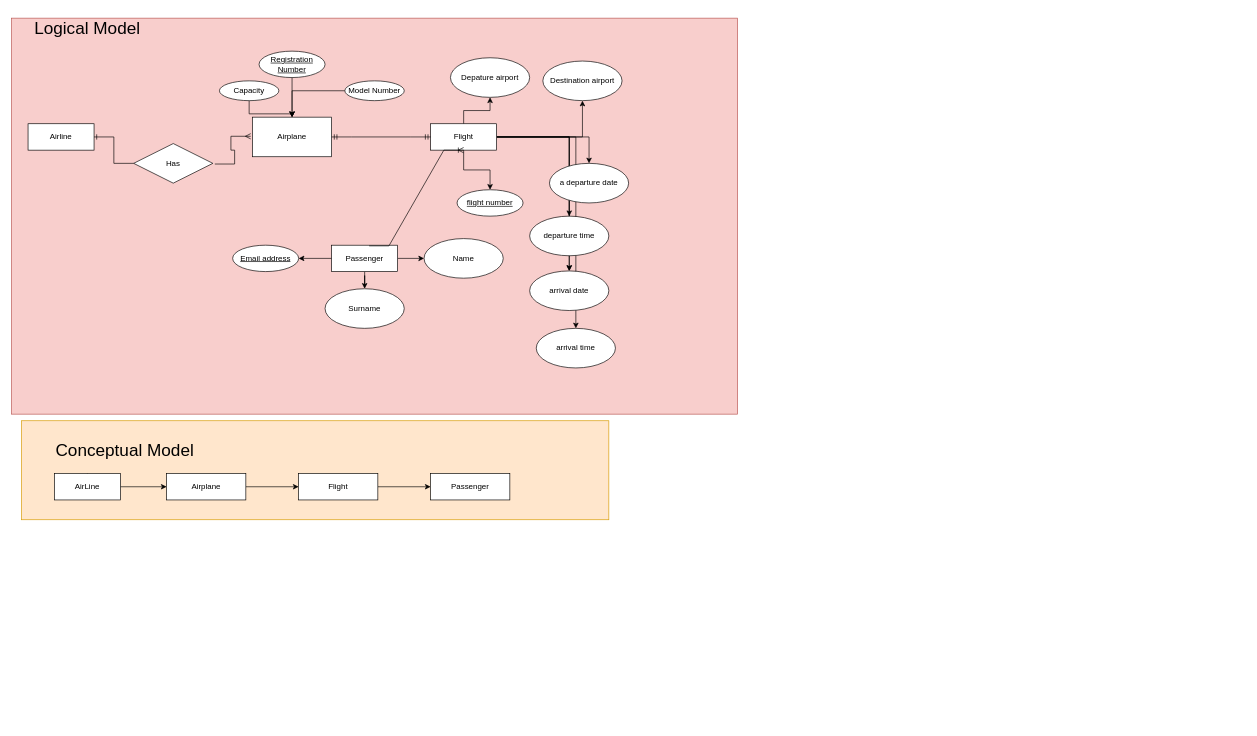
Earlier version of the draw.io diagram Untitled Diagram.drawio (ahsansiddiqui2/ER_Diagram). Source tidied: cells renumbered, new cells numbered last; positions are measured from the earlier drawing's top-left corner, leaving out a move shared by most shapes. Both pictures are drawn from the tidied source at 66%, with x=0, y=0 at pixel (11, 18).
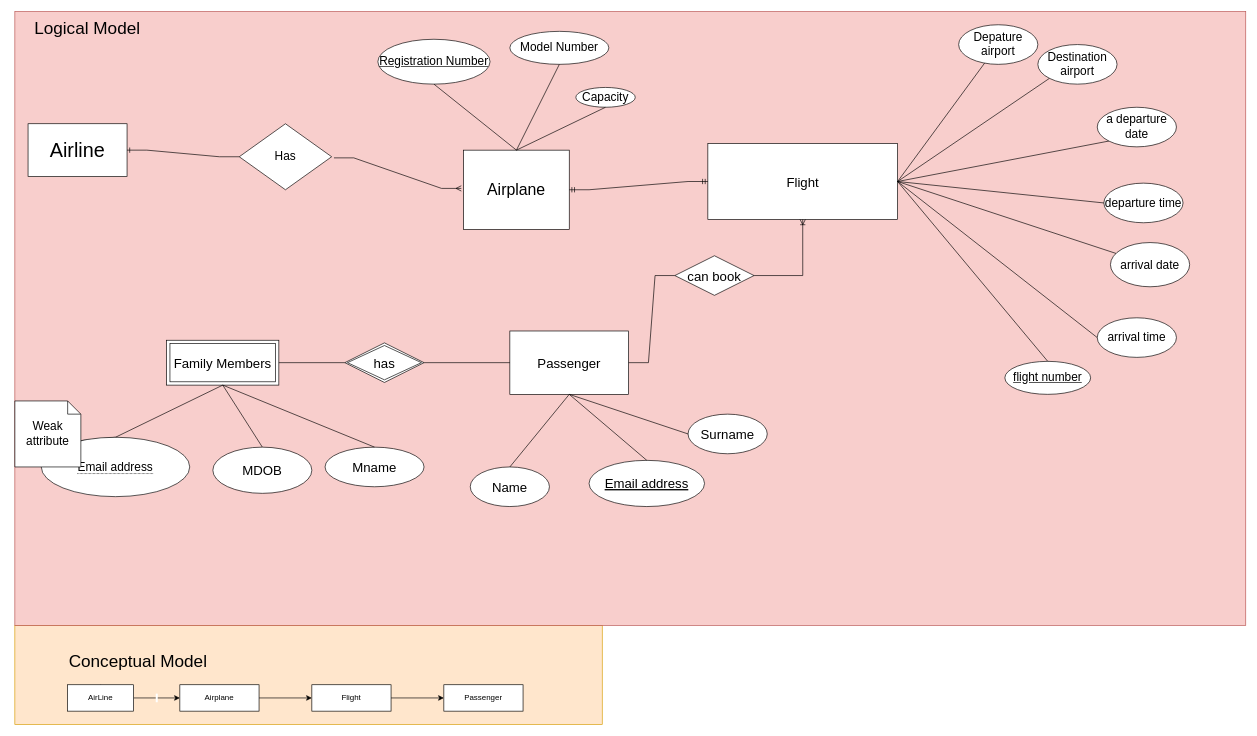
The same diagram, later.

The edit, as a diff of the source:
```diff
@@
     <mxCell id="2" style="rounded=0;whiteSpace=wrap;html=1;fontSize=26;fillColor=#ffe6cc;strokeColor=#d79b00;" parent="1" vertex="1">
-      <mxGeometry x="15" y="610" width="890" height="150" as="geometry" />
+      <mxGeometry x="5" y="920" width="890" height="150" as="geometry" />
     </mxCell>
     <mxCell id="3" style="rounded=0;whiteSpace=wrap;html=1;fontSize=26;fillColor=#f8cecc;strokeColor=#b85450;" parent="1" vertex="1">
-      <mxGeometry width="1100" height="600" as="geometry" />
+      <mxGeometry x="5" y="-10" width="1865" height="930" as="geometry" />
     </mxCell>
-    <mxCell id="4" value="Airline" style="whiteSpace=wrap;html=1;align=center;" parent="1" vertex="1">
-      <mxGeometry x="25" y="160" width="100" height="40" as="geometry" />
+    <mxCell id="4" value="&lt;font style=&quot;font-size: 30px;&quot;&gt;Airline&lt;/font&gt;" style="whiteSpace=wrap;html=1;align=center;" parent="1" vertex="1">
+      <mxGeometry x="25" y="160" width="150" height="80" as="geometry" />
     </mxCell>
-    <mxCell id="5" value="Airplane" style="whiteSpace=wrap;html=1;" parent="1" vertex="1">
-      <mxGeometry x="365" y="150" width="120" height="60" as="geometry" />
+    <mxCell id="5" value="&lt;font style=&quot;font-size: 24px;&quot;&gt;Airplane&lt;/font&gt;" style="whiteSpace=wrap;html=1;" parent="1" vertex="1">
+      <mxGeometry x="685" y="200" width="160" height="120" as="geometry" />
     </mxCell>
-    <mxCell id="6" value="Has" style="shape=rhombus;perimeter=rhombusPerimeter;whiteSpace=wrap;html=1;align=center;" parent="1" vertex="1">
-      <mxGeometry x="185" y="190" width="120" height="60" as="geometry" />
+    <mxCell id="6" value="&lt;font style=&quot;font-size: 18px;&quot;&gt;Has&lt;/font&gt;" style="shape=rhombus;perimeter=rhombusPerimeter;whiteSpace=wrap;html=1;align=center;strokeWidth=1;" parent="1" vertex="1">
+      <mxGeometry x="345" y="160" width="140" height="100" as="geometry" />
     </mxCell>
@@
-    <mxCell id="9" style="edgeStyle=orthogonalEdgeStyle;rounded=0;jettySize=auto;html=1;" parent="1" edge="1" source="10" target="5">
-      <mxGeometry relative="1" as="geometry" />
-    </mxCell>
-    <mxCell id="10" value="Model Number" style="ellipse;whiteSpace=wrap;html=1;align=center;" parent="1" vertex="1">
-      <mxGeometry x="505" y="95" width="90" height="30" as="geometry" />
+    <mxCell id="10" value="Model Number" style="ellipse;whiteSpace=wrap;html=1;align=center;fontSize=18;" parent="1" vertex="1">
+      <mxGeometry x="755" y="20" width="150" height="50" as="geometry" />
     </mxCell>
-    <mxCell id="11" style="edgeStyle=orthogonalEdgeStyle;rounded=0;jettySize=auto;html=1;" parent="1" edge="1" source="12" target="5">
-      <mxGeometry relative="1" as="geometry" />
-    </mxCell>
-    <mxCell id="12" value="Capacity" style="ellipse;whiteSpace=wrap;html=1;align=center;" parent="1" vertex="1">
-      <mxGeometry x="315" y="95" width="90" height="30" as="geometry" />
+    <mxCell id="12" value="Capacity" style="ellipse;whiteSpace=wrap;html=1;align=center;fontSize=18;" parent="1" vertex="1">
+      <mxGeometry x="855" y="105" width="90" height="30" as="geometry" />
     </mxCell>
-    <mxCell id="13" style="edgeStyle=orthogonalEdgeStyle;rounded=0;jettySize=auto;html=1;" parent="1" edge="1" source="14" target="5">
-      <mxGeometry relative="1" as="geometry" />
-    </mxCell>
-    <mxCell id="14" value="Registration Number" style="ellipse;whiteSpace=wrap;html=1;align=center;fontStyle=4;" parent="1" vertex="1">
-      <mxGeometry x="375" y="50" width="100" height="40" as="geometry" />
+    <mxCell id="14" value="Registration Number" style="ellipse;whiteSpace=wrap;html=1;align=center;fontStyle=4;fontSize=18;" parent="1" vertex="1">
+      <mxGeometry x="555" y="32" width="170" height="68" as="geometry" />
     </mxCell>
-    <mxCell id="15" style="edgeStyle=orthogonalEdgeStyle;rounded=0;jettySize=auto;html=1;" parent="1" edge="1" source="18" target="19">
-      <mxGeometry relative="1" as="geometry" />
-    </mxCell>
-    <mxCell id="16" style="edgeStyle=orthogonalEdgeStyle;rounded=0;jettySize=auto;html=1;" parent="1" edge="1" source="18" target="20">
-      <mxGeometry relative="1" as="geometry" />
-    </mxCell>
-    <mxCell id="17" style="edgeStyle=orthogonalEdgeStyle;rounded=0;jettySize=auto;html=1;" parent="1" edge="1" source="18" target="21">
-      <mxGeometry relative="1" as="geometry" />
-    </mxCell>
-    <mxCell id="18" value="&lt;div&gt;Passenger&lt;/div&gt;" style="whiteSpace=wrap;html=1;align=center;" parent="1" vertex="1">
-      <mxGeometry x="485" y="344" width="100" height="40" as="geometry" />
+    <mxCell id="18" value="&lt;div style=&quot;font-size: 20px;&quot;&gt;&lt;font style=&quot;font-size: 20px;&quot;&gt;Passenger&lt;/font&gt;&lt;/div&gt;" style="whiteSpace=wrap;html=1;align=center;" parent="1" vertex="1">
+      <mxGeometry x="755" y="474" width="180" height="96" as="geometry" />
     </mxCell>
-    <mxCell id="19" value="Name" style="ellipse;whiteSpace=wrap;html=1;" parent="1" vertex="1">
-      <mxGeometry x="625" y="334" width="120" height="60" as="geometry" />
+    <mxCell id="19" value="Name" style="ellipse;whiteSpace=wrap;html=1;fontSize=20;" parent="1" vertex="1">
+      <mxGeometry x="695" y="680" width="120" height="60" as="geometry" />
     </mxCell>
-    <mxCell id="20" value="Surname" style="ellipse;whiteSpace=wrap;html=1;" parent="1" vertex="1">
-      <mxGeometry x="475" y="410" width="120" height="60" as="geometry" />
+    <mxCell id="20" value="Surname" style="ellipse;whiteSpace=wrap;html=1;fontSize=20;" parent="1" vertex="1">
+      <mxGeometry x="1025" y="600" width="120" height="60" as="geometry" />
     </mxCell>
-    <mxCell id="21" value="Email address" style="ellipse;whiteSpace=wrap;html=1;align=center;fontStyle=4;" parent="1" vertex="1">
-      <mxGeometry x="335" y="344" width="100" height="40" as="geometry" />
+    <mxCell id="21" value="Email address" style="ellipse;whiteSpace=wrap;html=1;align=center;fontStyle=4;fontSize=20;" parent="1" vertex="1">
+      <mxGeometry x="875" y="670" width="175" height="70" as="geometry" />
     </mxCell>
-    <mxCell id="22" style="edgeStyle=orthogonalEdgeStyle;rounded=0;jettySize=auto;html=1;" parent="1" edge="1" source="30" target="31">
-      <mxGeometry relative="1" as="geometry" />
-    </mxCell>
-    <mxCell id="23" style="edgeStyle=orthogonalEdgeStyle;rounded=0;jettySize=auto;html=1;" parent="1" edge="1" source="30" target="32">
-      <mxGeometry relative="1" as="geometry" />
-    </mxCell>
-    <mxCell id="24" style="edgeStyle=orthogonalEdgeStyle;rounded=0;jettySize=auto;html=1;" parent="1" edge="1" source="30" target="33">
-      <mxGeometry relative="1" as="geometry" />
-    </mxCell>
-    <mxCell id="25" style="edgeStyle=orthogonalEdgeStyle;rounded=0;jettySize=auto;html=1;" parent="1" edge="1" source="30" target="34">
-      <mxGeometry relative="1" as="geometry" />
-    </mxCell>
-    <mxCell id="26" style="edgeStyle=orthogonalEdgeStyle;rounded=0;jettySize=auto;html=1;" parent="1" edge="1" source="30" target="35">
-      <mxGeometry relative="1" as="geometry" />
-    </mxCell>
-    <mxCell id="27" style="edgeStyle=orthogonalEdgeStyle;rounded=0;jettySize=auto;html=1;" parent="1" edge="1" source="30" target="35">
-      <mxGeometry relative="1" as="geometry" />
-    </mxCell>
-    <mxCell id="28" style="edgeStyle=orthogonalEdgeStyle;rounded=0;jettySize=auto;html=1;" parent="1" edge="1" source="30" target="36">
-      <mxGeometry relative="1" as="geometry" />
-    </mxCell>
-    <mxCell id="29" style="edgeStyle=orthogonalEdgeStyle;rounded=0;jettySize=auto;html=1;" parent="1" edge="1" source="30" target="37">
-      <mxGeometry relative="1" as="geometry" />
-    </mxCell>
-    <mxCell id="30" value="Flight" style="whiteSpace=wrap;html=1;align=center;" parent="1" vertex="1">
-      <mxGeometry x="635" y="160" width="100" height="40" as="geometry" />
+    <mxCell id="30" value="&lt;font style=&quot;font-size: 20px;&quot;&gt;Flight&lt;/font&gt;" style="whiteSpace=wrap;html=1;align=center;" parent="1" vertex="1">
+      <mxGeometry x="1055" y="190" width="287.5" height="115" as="geometry" />
     </mxCell>
-    <mxCell id="31" value="Depature airport" style="ellipse;whiteSpace=wrap;html=1;" parent="1" vertex="1">
-      <mxGeometry x="665" y="60" width="120" height="60" as="geometry" />
+    <mxCell id="31" value="Depature airport" style="ellipse;whiteSpace=wrap;html=1;fontSize=18;" parent="1" vertex="1">
+      <mxGeometry x="1435" y="10" width="120" height="60" as="geometry" />
     </mxCell>
-    <mxCell id="32" value="&lt;div&gt;Destination airport&lt;/div&gt;" style="ellipse;whiteSpace=wrap;html=1;" parent="1" vertex="1">
-      <mxGeometry x="805" y="65" width="120" height="60" as="geometry" />
+    <mxCell id="32" value="&lt;div style=&quot;font-size: 18px;&quot;&gt;Destination airport&lt;/div&gt;" style="ellipse;whiteSpace=wrap;html=1;fontSize=18;" parent="1" vertex="1">
+      <mxGeometry x="1555" y="40" width="120" height="60" as="geometry" />
     </mxCell>
-    <mxCell id="33" value="a departure date" style="ellipse;whiteSpace=wrap;html=1;" parent="1" vertex="1">
-      <mxGeometry x="815" y="220" width="120" height="60" as="geometry" />
+    <mxCell id="33" value="a departure date" style="ellipse;whiteSpace=wrap;html=1;fontSize=18;" parent="1" vertex="1">
+      <mxGeometry x="1645" y="135" width="120" height="60" as="geometry" />
     </mxCell>
-    <mxCell id="34" value="departure time" style="ellipse;whiteSpace=wrap;html=1;" parent="1" vertex="1">
-      <mxGeometry x="785" y="300" width="120" height="60" as="geometry" />
+    <mxCell id="34" value="departure time" style="ellipse;whiteSpace=wrap;html=1;fontSize=18;" parent="1" vertex="1">
+      <mxGeometry x="1655" y="250" width="120" height="60" as="geometry" />
     </mxCell>
-    <mxCell id="35" value="arrival date" style="ellipse;whiteSpace=wrap;html=1;" parent="1" vertex="1">
-      <mxGeometry x="785" y="383" width="120" height="60" as="geometry" />
+    <mxCell id="35" value="arrival date" style="ellipse;whiteSpace=wrap;html=1;fontSize=18;" parent="1" vertex="1">
+      <mxGeometry x="1665" y="340" width="120" height="67" as="geometry" />
     </mxCell>
-    <mxCell id="36" value="arrival time" style="ellipse;whiteSpace=wrap;html=1;" parent="1" vertex="1">
-      <mxGeometry x="795" y="470" width="120" height="60" as="geometry" />
+    <mxCell id="36" value="arrival time" style="ellipse;whiteSpace=wrap;html=1;fontSize=18;" parent="1" vertex="1">
+      <mxGeometry x="1645" y="454" width="120" height="60" as="geometry" />
     </mxCell>
-    <mxCell id="37" value="flight number" style="ellipse;whiteSpace=wrap;html=1;align=center;fontStyle=4;" parent="1" vertex="1">
-      <mxGeometry x="675" y="260" width="100" height="40" as="geometry" />
+    <mxCell id="37" value="flight number" style="ellipse;whiteSpace=wrap;html=1;align=center;fontStyle=4;fontSize=18;" parent="1" vertex="1">
+      <mxGeometry x="1505" y="520" width="130" height="50" as="geometry" />
     </mxCell>
@@
-    <mxCell id="39" style="edgeStyle=entityRelationEdgeStyle;fontSize=12;html=1;endArrow=ERoneToMany;rounded=0;exitX=0.568;exitY=0.025;exitDx=0;exitDy=0;exitPerimeter=0;entryX=0.5;entryY=1;entryDx=0;entryDy=0;" parent="1" edge="1" source="18" target="30">
-      <mxGeometry relative="1" as="geometry" />
-    </mxCell>
-    <mxCell id="40" style="edgeStyle=orthogonalEdgeStyle;rounded=0;jettySize=auto;html=1;" parent="1" edge="1" source="42" target="44">
+    <mxCell id="40" value="&amp;nbsp;" style="edgeStyle=orthogonalEdgeStyle;rounded=0;jettySize=auto;html=1;" parent="1" edge="1" source="42" target="44">
       <mxGeometry relative="1" as="geometry" />
     </mxCell>
     <mxCell id="41" style="edgeStyle=orthogonalEdgeStyle;rounded=0;jettySize=auto;html=1;exitX=0.5;exitY=0;exitDx=0;exitDy=0;fontSize=26;" parent="1" edge="1" source="42">
       <mxGeometry relative="1" as="geometry">
-        <mxPoint x="115" y="700" as="targetPoint" />
+        <mxPoint x="135" y="1020" as="targetPoint" />
       </mxGeometry>
     </mxCell>
     <mxCell id="42" value="AirLine" style="whiteSpace=wrap;html=1;align=center;" parent="1" vertex="1">
-      <mxGeometry x="65" y="690" width="100" height="40" as="geometry" />
+      <mxGeometry x="85" y="1010" width="100" height="40" as="geometry" />
     </mxCell>
@@
     <mxCell id="44" value="Airplane" style="whiteSpace=wrap;html=1;" parent="1" vertex="1">
-      <mxGeometry x="235" y="690" width="120" height="40" as="geometry" />
+      <mxGeometry x="255" y="1010" width="120" height="40" as="geometry" />
     </mxCell>
@@
     <mxCell id="46" value="Flight" style="whiteSpace=wrap;html=1;" parent="1" vertex="1">
-      <mxGeometry x="435" y="690" width="120" height="40" as="geometry" />
+      <mxGeometry x="455" y="1010" width="120" height="40" as="geometry" />
     </mxCell>
     <mxCell id="47" value="Passenger" style="whiteSpace=wrap;html=1;" parent="1" vertex="1">
-      <mxGeometry x="635" y="690" width="120" height="40" as="geometry" />
+      <mxGeometry x="655" y="1010" width="120" height="40" as="geometry" />
     </mxCell>
     <mxCell id="48" value="Conceptual Model" style="text;html=1;strokeColor=none;fillColor=none;align=left;verticalAlign=middle;whiteSpace=wrap;rounded=0;fontSize=26;" parent="1" vertex="1">
-      <mxGeometry x="65" y="640" width="250" height="30" as="geometry" />
+      <mxGeometry x="85" y="960" width="250" height="30" as="geometry" />
     </mxCell>
@@
+    <mxCell id="50" style="endArrow=none;html=1;rounded=0;fontSize=20;entryX=1;entryY=0.5;entryDx=0;entryDy=0;exitX=0;exitY=1;exitDx=0;exitDy=0;" parent="1" edge="1" source="32" target="30">
+      <mxGeometry relative="1" as="geometry" />
+    </mxCell>
+    <mxCell id="22" style="endArrow=none;html=1;rounded=0;fontSize=20;exitX=1;exitY=0.5;exitDx=0;exitDy=0;" parent="1" edge="1" source="30" target="31">
+      <mxGeometry relative="1" as="geometry" />
+    </mxCell>
+    <mxCell id="24" style="endArrow=none;html=1;rounded=0;fontSize=20;entryX=0;entryY=1;entryDx=0;entryDy=0;exitX=1;exitY=0.5;exitDx=0;exitDy=0;" parent="1" edge="1" source="30" target="33">
+      <mxGeometry relative="1" as="geometry" />
+    </mxCell>
+    <mxCell id="51" style="endArrow=none;html=1;rounded=0;fontSize=20;exitX=1;exitY=0.5;exitDx=0;exitDy=0;" parent="1" edge="1" source="30" target="35">
+      <mxGeometry relative="1" as="geometry" />
+    </mxCell>
+    <mxCell id="25" style="endArrow=none;html=1;rounded=0;fontSize=20;entryX=0;entryY=0.5;entryDx=0;entryDy=0;exitX=1;exitY=0.5;exitDx=0;exitDy=0;" parent="1" edge="1" source="30" target="34">
+      <mxGeometry relative="1" as="geometry" />
+    </mxCell>
+    <mxCell id="28" style="endArrow=none;html=1;rounded=0;fontSize=20;entryX=0;entryY=0.5;entryDx=0;entryDy=0;exitX=1;exitY=0.5;exitDx=0;exitDy=0;" parent="1" edge="1" source="30" target="36">
+      <mxGeometry relative="1" as="geometry" />
+    </mxCell>
+    <mxCell id="29" style="endArrow=none;html=1;rounded=0;fontSize=20;entryX=0.5;entryY=0;entryDx=0;entryDy=0;exitX=1;exitY=0.5;exitDx=0;exitDy=0;" parent="1" edge="1" source="30" target="37">
+      <mxGeometry relative="1" as="geometry" />
+    </mxCell>
+    <mxCell id="52" value="can book" style="shape=rhombus;perimeter=rhombusPerimeter;whiteSpace=wrap;html=1;align=center;strokeWidth=1;fontSize=20;" parent="1" vertex="1">
+      <mxGeometry x="1005" y="360" width="120" height="60" as="geometry" />
+    </mxCell>
+    <mxCell id="53" style="edgeStyle=entityRelationEdgeStyle;fontSize=12;html=1;endArrow=none;rounded=0;exitX=1;exitY=0.5;exitDx=0;exitDy=0;entryX=0;entryY=0.5;entryDx=0;entryDy=0;" parent="1" edge="1" source="18" target="52">
+      <mxGeometry relative="1" as="geometry" />
+    </mxCell>
+    <mxCell id="16" style="endArrow=none;html=1;rounded=0;fontSize=20;exitX=0.5;exitY=1;exitDx=0;exitDy=0;entryX=0;entryY=0.5;entryDx=0;entryDy=0;" parent="1" edge="1" source="18" target="20">
+      <mxGeometry relative="1" as="geometry" />
+    </mxCell>
+    <mxCell id="17" style="endArrow=none;html=1;rounded=0;fontSize=20;exitX=0.5;exitY=1;exitDx=0;exitDy=0;entryX=0.5;entryY=0;entryDx=0;entryDy=0;" parent="1" edge="1" source="18" target="21">
+      <mxGeometry relative="1" as="geometry" />
+    </mxCell>
+    <mxCell id="54" style="endArrow=none;html=1;rounded=0;fontSize=20;entryX=0.5;entryY=1;entryDx=0;entryDy=0;exitX=0.5;exitY=0;exitDx=0;exitDy=0;" parent="1" edge="1" source="19" target="18">
+      <mxGeometry relative="1" as="geometry" />
+    </mxCell>
+    <mxCell id="55" style="endArrow=none;html=1;rounded=0;fontSize=20;exitX=0.5;exitY=0;exitDx=0;exitDy=0;entryX=0.5;entryY=1;entryDx=0;entryDy=0;" parent="1" edge="1" source="5" target="10">
+      <mxGeometry relative="1" as="geometry" />
+    </mxCell>
+    <mxCell id="13" style="endArrow=none;html=1;rounded=0;fontSize=20;exitX=0.5;exitY=1;exitDx=0;exitDy=0;entryX=0.5;entryY=0;entryDx=0;entryDy=0;" parent="1" edge="1" source="14" target="5">
+      <mxGeometry relative="1" as="geometry" />
+    </mxCell>
+    <mxCell id="11" style="endArrow=none;html=1;rounded=0;fontSize=20;entryX=0.5;entryY=0;entryDx=0;entryDy=0;exitX=0.5;exitY=1;exitDx=0;exitDy=0;" parent="1" edge="1" source="12" target="5">
+      <mxGeometry relative="1" as="geometry" />
+    </mxCell>
+    <mxCell id="56" style="edgeStyle=orthogonalEdgeStyle;fontSize=12;html=1;endArrow=ERoneToMany;rounded=0;exitX=1;exitY=0.5;exitDx=0;exitDy=0;jumpSize=6;entryX=0.5;entryY=1;entryDx=0;entryDy=0;" parent="1" edge="1" source="52" target="30">
+      <mxGeometry relative="1" as="geometry" />
+    </mxCell>
+    <mxCell id="57" value="&lt;div&gt;has&lt;/div&gt;" style="shape=rhombus;double=1;perimeter=rhombusPerimeter;whiteSpace=wrap;html=1;align=center;strokeWidth=1;fontSize=20;" parent="1" vertex="1">
+      <mxGeometry x="505" y="492" width="120" height="60" as="geometry" />
+    </mxCell>
+    <mxCell id="58" style="endArrow=none;html=1;rounded=0;fontSize=20;jumpSize=6;exitX=1;exitY=0.5;exitDx=0;exitDy=0;entryX=0;entryY=0.5;entryDx=0;entryDy=0;" parent="1" edge="1" source="57" target="18">
+      <mxGeometry relative="1" as="geometry" />
+    </mxCell>
+    <mxCell id="59" value="Family Members" style="shape=ext;margin=3;double=1;whiteSpace=wrap;html=1;align=center;strokeWidth=1;fontSize=20;" parent="1" vertex="1">
+      <mxGeometry x="235" y="488" width="170" height="68" as="geometry" />
+    </mxCell>
+    <mxCell id="60" style="endArrow=none;html=1;rounded=0;fontSize=20;jumpSize=6;entryX=0;entryY=0.5;entryDx=0;entryDy=0;" parent="1" edge="1" source="59" target="57">
+      <mxGeometry relative="1" as="geometry" />
+    </mxCell>
+    <mxCell id="61" value="Mname" style="ellipse;whiteSpace=wrap;html=1;align=center;strokeWidth=1;fontSize=20;" parent="1" vertex="1">
+      <mxGeometry x="475" y="650" width="150" height="60" as="geometry" />
+    </mxCell>
+    <mxCell id="62" style="endArrow=none;html=1;rounded=0;fontSize=20;jumpSize=6;exitX=0.5;exitY=1;exitDx=0;exitDy=0;entryX=0.5;entryY=0;entryDx=0;entryDy=0;" parent="1" edge="1" source="59" target="61">
+      <mxGeometry relative="1" as="geometry" />
+    </mxCell>
+    <mxCell id="63" style="endArrow=none;html=1;rounded=0;fontSize=20;jumpSize=6;exitX=0;exitY=0;exitDx=100;exitDy=60;exitPerimeter=0;entryX=0.5;entryY=0;entryDx=0;entryDy=0;" parent="1" edge="1" source="68" target="66">
+      <mxGeometry relative="1" as="geometry" />
+    </mxCell>
+    <mxCell id="64" style="endArrow=none;html=1;rounded=0;fontSize=20;jumpSize=6;exitX=0.5;exitY=1;exitDx=0;exitDy=0;entryX=0.5;entryY=0;entryDx=0;entryDy=0;" parent="1" edge="1" source="59" target="65">
+      <mxGeometry relative="1" as="geometry" />
+    </mxCell>
+    <mxCell id="65" value="MDOB" style="ellipse;whiteSpace=wrap;html=1;align=center;strokeWidth=1;fontSize=20;" parent="1" vertex="1">
+      <mxGeometry x="305" y="650" width="150" height="70" as="geometry" />
+    </mxCell>
+    <mxCell id="66" value="&lt;span style=&quot;border-bottom: 1px dotted&quot;&gt;Email address&lt;/span&gt;" style="ellipse;whiteSpace=wrap;html=1;align=center;strokeWidth=1;fontSize=18;" parent="1" vertex="1">
+      <mxGeometry x="45" y="635" width="225" height="90" as="geometry" />
+    </mxCell>
+    <mxCell id="67" style="endArrow=none;html=1;rounded=0;fontSize=18;jumpSize=6;exitX=0.5;exitY=0;exitDx=0;exitDy=0;entryX=0.5;entryY=1;entryDx=0;entryDy=0;" parent="1" edge="1" source="66" target="59">
+      <mxGeometry relative="1" as="geometry" />
+    </mxCell>
+    <mxCell id="68" value="Weak attribute" style="shape=note;size=20;whiteSpace=wrap;html=1;strokeWidth=1;fontSize=18;" parent="1" vertex="1">
+      <mxGeometry x="5" y="580" width="100" height="100" as="geometry" />
+    </mxCell>
```
